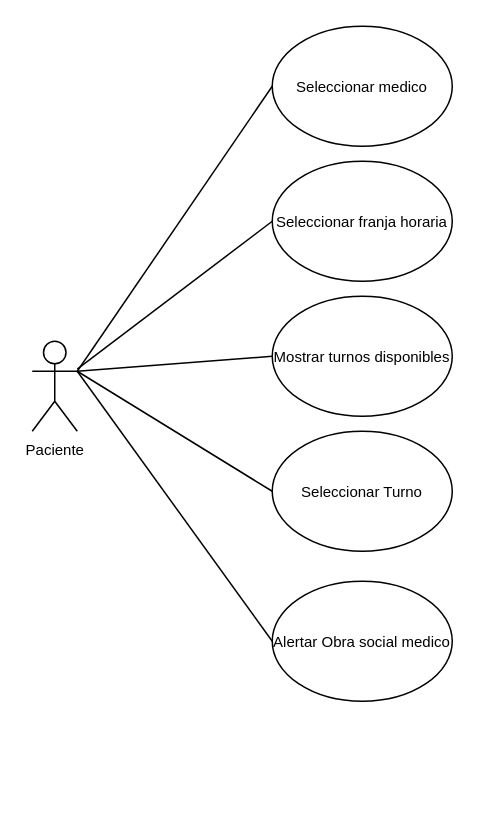
Before: diagrama/Untitled Diagram.drawio in LucasTandil01/TurnoFacil, a draw.io diagram. Source tidied: cells renumbered, new cells numbered last; positions are measured from the earlier drawing's top-left corner, leaving out a move shared by most shapes. Both pictures are drawn from the tidied source at 150%, with x=0, y=0 at pixel (32, 26).
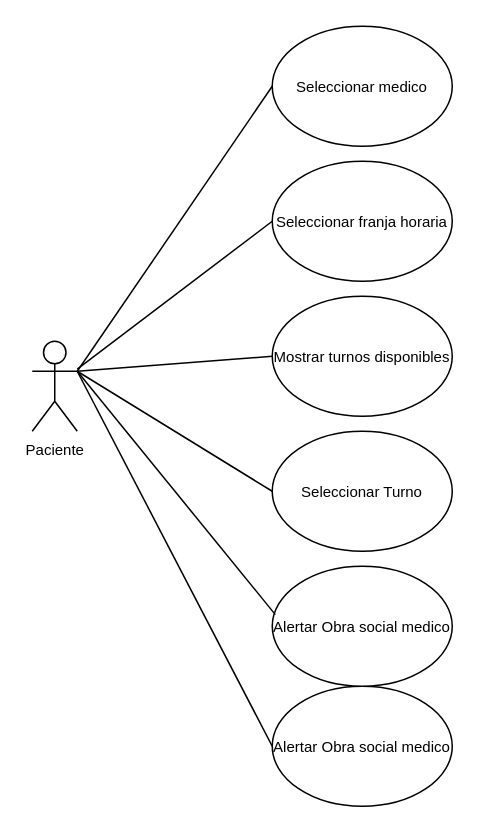
Above is the later version.

Commit message:
Diagrama Casos de uso v0.2.drawio

What changed in the source:
```diff
@@
 <mxGraphModel>
   <root>
     <mxCell id="0" />
     <mxCell id="1" parent="0" />
     <mxCell id="2" value="Paciente" style="shape=umlActor;verticalLabelPosition=bottom;verticalAlign=top;html=1;outlineConnect=0;fontFamily=Helvetica;fontSize=10;" parent="1" vertex="1">
       <mxGeometry y="210" width="30" height="60" as="geometry" />
     </mxCell>
     <mxCell id="3" value="Seleccionar medico" style="ellipse;whiteSpace=wrap;html=1;fontFamily=Helvetica;fontSize=10;" parent="1" vertex="1">
       <mxGeometry x="160" width="120" height="80" as="geometry" />
     </mxCell>
     <mxCell id="4" value="Seleccionar franja horaria" style="ellipse;whiteSpace=wrap;html=1;fontFamily=Helvetica;fontSize=10;" parent="1" vertex="1">
       <mxGeometry x="160" y="90" width="120" height="80" as="geometry" />
     </mxCell>
     <mxCell id="5" value="Mostrar turnos disponibles" style="ellipse;whiteSpace=wrap;html=1;fontFamily=Helvetica;fontSize=10;" parent="1" vertex="1">
       <mxGeometry x="160" y="180" width="120" height="80" as="geometry" />
     </mxCell>
     <mxCell id="6" value="Seleccionar Turno" style="ellipse;whiteSpace=wrap;html=1;fontFamily=Helvetica;fontSize=10;" parent="1" vertex="1">
       <mxGeometry x="160" y="270" width="120" height="80" as="geometry" />
     </mxCell>
     <mxCell id="7" value="Alertar Obra social medico" style="ellipse;whiteSpace=wrap;html=1;fontFamily=Helvetica;fontSize=10;" parent="1" vertex="1">
-      <mxGeometry x="160" y="370" width="120" height="80" as="geometry" />
+      <mxGeometry x="160" y="440" width="120" height="80" as="geometry" />
     </mxCell>
     <mxCell id="8" style="endArrow=none;html=1;rounded=0;entryX=0;entryY=0.5;entryDx=0;entryDy=0;" parent="1" edge="1" target="3">
       <mxGeometry relative="1" as="geometry">
         <mxPoint x="30" y="230" as="sourcePoint" />
       </mxGeometry>
     </mxCell>
     <mxCell id="9" style="endArrow=none;html=1;rounded=0;entryX=0;entryY=0.5;entryDx=0;entryDy=0;" parent="1" edge="1" source="2" target="4">
       <mxGeometry relative="1" as="geometry" />
     </mxCell>
     <mxCell id="10" style="endArrow=none;html=1;rounded=0;entryX=0;entryY=0.5;entryDx=0;entryDy=0;" parent="1" edge="1" target="5">
       <mxGeometry relative="1" as="geometry">
         <mxPoint x="30" y="230" as="sourcePoint" />
       </mxGeometry>
     </mxCell>
     <mxCell id="11" style="endArrow=none;html=1;rounded=0;entryX=0;entryY=0.5;entryDx=0;entryDy=0;exitX=1;exitY=0.3333333333333333;exitDx=0;exitDy=0;exitPerimeter=0;" parent="1" edge="1" source="2" target="6">
       <mxGeometry relative="1" as="geometry" />
     </mxCell>
     <mxCell id="12" style="endArrow=none;html=1;rounded=0;entryX=0;entryY=0.5;entryDx=0;entryDy=0;exitX=1;exitY=0.3333333333333333;exitDx=0;exitDy=0;exitPerimeter=0;" parent="1" edge="1" source="2" target="7">
       <mxGeometry relative="1" as="geometry" />
     </mxCell>
+    <mxCell id="13" value="Alertar Obra social medico" style="ellipse;whiteSpace=wrap;html=1;fontFamily=Helvetica;fontSize=10;" parent="1" vertex="1">
+      <mxGeometry x="160" y="360" width="120" height="80" as="geometry" />
+    </mxCell>
+    <mxCell id="14" style="endArrow=none;html=1;rounded=0;entryX=0.017;entryY=0.403;entryDx=0;entryDy=0;entryPerimeter=0;" parent="1" edge="1" target="13">
+      <mxGeometry relative="1" as="geometry">
+        <mxPoint x="30" y="230" as="sourcePoint" />
+      </mxGeometry>
+    </mxCell>
   </root>
 </mxGraphModel>
```
